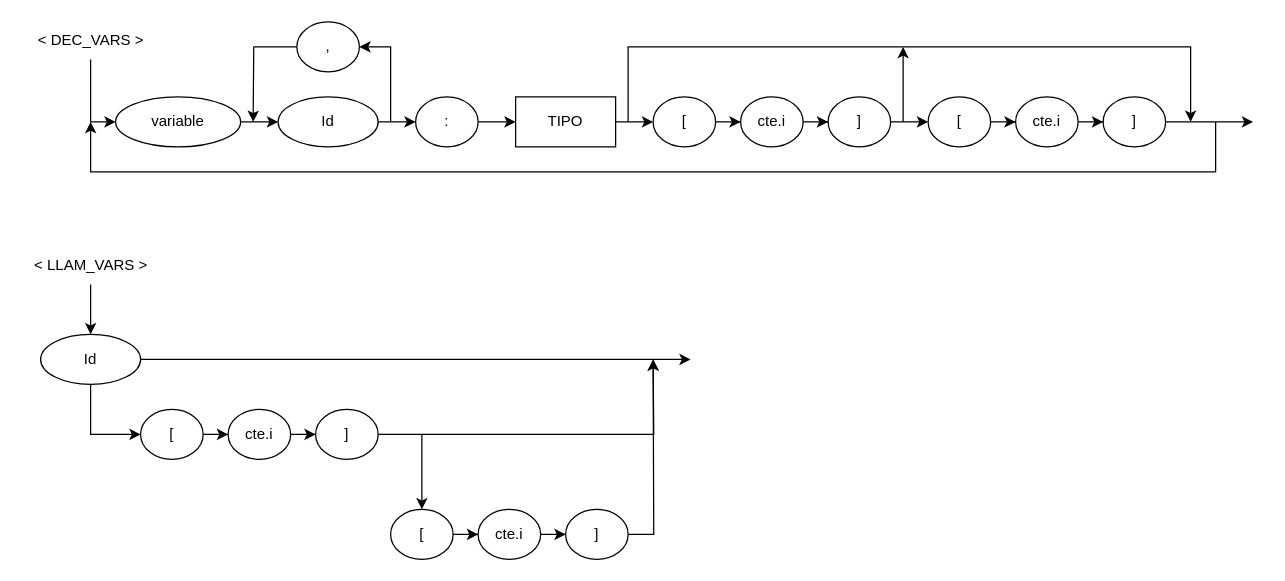
Earlier version of the draw.io diagram page "VARS" (3 of 14) of Docs/0. Diagramas.drawio (alexvasqxz/JuniorScript). Source tidied: cells renumbered, new cells numbered last; positions are measured from the earlier drawing's top-left corner, leaving out a move shared by most shapes. Both pictures are drawn from the tidied source at 125%, with x=0, y=0 at pixel (21, 21).
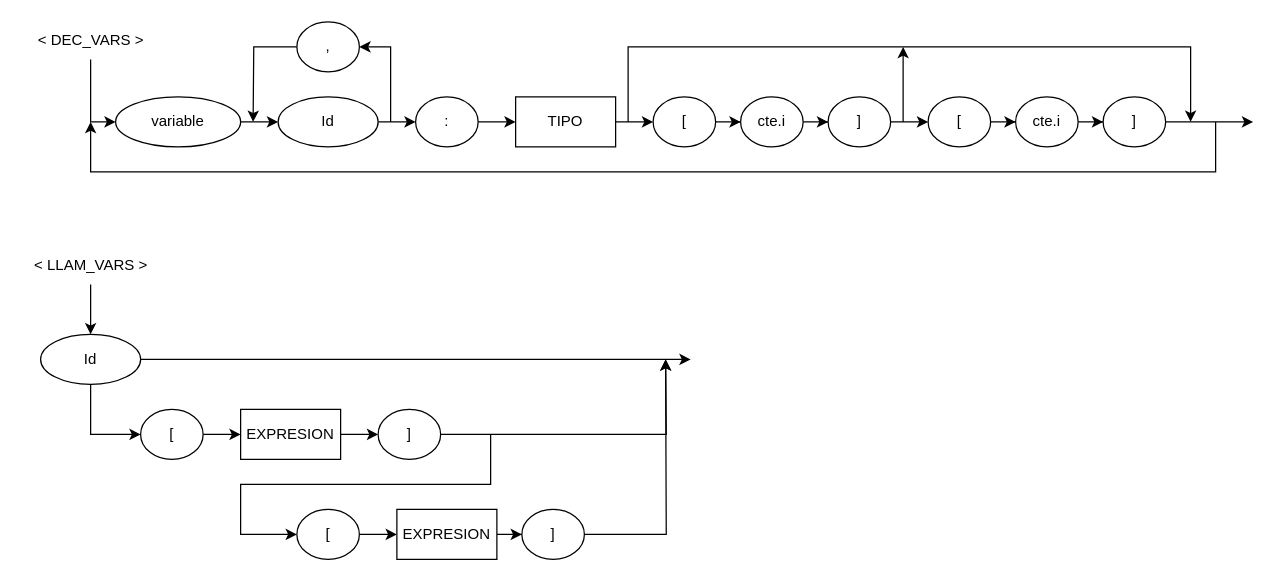
After the change.

Unchanged cells that the change refers to:
```xml
<mxCell id="36" value="[" style="ellipse;whiteSpace=wrap;html=1;" parent="1" vertex="1">
  <mxGeometry x="95" y="310" width="50" height="40" as="geometry" />
</mxCell>
```

The edit, as a diff of the source:
```diff
@@
-    <mxCell id="35" style="edgeStyle=orthogonalEdgeStyle;rounded=0;jettySize=auto;html=1;" parent="1" edge="1" source="36" target="38">
-      <mxGeometry relative="1" as="geometry" />
-    </mxCell>
+    <mxCell id="48" style="edgeStyle=orthogonalEdgeStyle;rounded=0;jettySize=auto;html=1;entryX=0;entryY=0.5;entryDx=0;entryDy=0;" parent="1" edge="1" source="36" target="53">
+      <mxGeometry relative="1" as="geometry" />
+    </mxCell>
@@
-    <mxCell id="37" style="edgeStyle=orthogonalEdgeStyle;rounded=0;jettySize=auto;html=1;entryX=0;entryY=0.5;entryDx=0;entryDy=0;" parent="1" edge="1" source="38" target="40">
-      <mxGeometry relative="1" as="geometry" />
-    </mxCell>
-    <mxCell id="38" value="cte.i" style="ellipse;whiteSpace=wrap;html=1;" parent="1" vertex="1">
-      <mxGeometry x="165" y="310" width="50" height="40" as="geometry" />
-    </mxCell>
-    <mxCell id="39" style="edgeStyle=orthogonalEdgeStyle;rounded=0;jettySize=auto;html=1;" parent="1" edge="1" source="40">
-      <mxGeometry relative="1" as="geometry">
-        <mxPoint x="505" y="270" as="targetPoint" />
-      </mxGeometry>
-    </mxCell>
+    <mxCell id="49" style="edgeStyle=orthogonalEdgeStyle;rounded=0;jettySize=auto;html=1;" parent="1" edge="1" source="40">
+      <mxGeometry relative="1" as="geometry">
+        <mxPoint x="515" y="270" as="targetPoint" />
+      </mxGeometry>
+    </mxCell>
     <mxCell id="40" value="]" style="ellipse;whiteSpace=wrap;html=1;" parent="1" vertex="1">
-      <mxGeometry x="235" y="310" width="50" height="40" as="geometry" />
+      <mxGeometry x="285" y="310" width="50" height="40" as="geometry" />
     </mxCell>
-    <mxCell id="41" style="edgeStyle=orthogonalEdgeStyle;rounded=0;jettySize=auto;html=1;" parent="1" edge="1" source="42" target="44">
-      <mxGeometry relative="1" as="geometry" />
-    </mxCell>
+    <mxCell id="50" style="edgeStyle=orthogonalEdgeStyle;rounded=0;jettySize=auto;html=1;entryX=0;entryY=0.5;entryDx=0;entryDy=0;" parent="1" edge="1" source="42" target="55">
+      <mxGeometry relative="1" as="geometry" />
+    </mxCell>
     <mxCell id="42" value="[" style="ellipse;whiteSpace=wrap;html=1;" parent="1" vertex="1">
-      <mxGeometry x="295" y="390" width="50" height="40" as="geometry" />
+      <mxGeometry x="220" y="390" width="50" height="40" as="geometry" />
     </mxCell>
-    <mxCell id="43" style="edgeStyle=orthogonalEdgeStyle;rounded=0;jettySize=auto;html=1;entryX=0;entryY=0.5;entryDx=0;entryDy=0;" parent="1" edge="1" source="44" target="46">
-      <mxGeometry relative="1" as="geometry" />
-    </mxCell>
-    <mxCell id="44" value="cte.i" style="ellipse;whiteSpace=wrap;html=1;" parent="1" vertex="1">
-      <mxGeometry x="365" y="390" width="50" height="40" as="geometry" />
-    </mxCell>
-    <mxCell id="45" style="edgeStyle=orthogonalEdgeStyle;rounded=0;jettySize=auto;html=1;" parent="1" edge="1" source="46">
-      <mxGeometry relative="1" as="geometry">
-        <mxPoint x="505" y="270" as="targetPoint" />
-      </mxGeometry>
-    </mxCell>
+    <mxCell id="51" style="edgeStyle=orthogonalEdgeStyle;rounded=0;jettySize=auto;html=1;" parent="1" edge="1" source="46">
+      <mxGeometry relative="1" as="geometry">
+        <mxPoint x="515" y="270" as="targetPoint" />
+      </mxGeometry>
+    </mxCell>
     <mxCell id="46" value="]" style="ellipse;whiteSpace=wrap;html=1;" parent="1" vertex="1">
-      <mxGeometry x="435" y="390" width="50" height="40" as="geometry" />
+      <mxGeometry x="400" y="390" width="50" height="40" as="geometry" />
     </mxCell>
-    <mxCell id="47" style="endArrow=classic;html=1;rounded=0;entryX=0.5;entryY=0;entryDx=0;entryDy=0;" parent="1" edge="1" target="42">
-      <mxGeometry relative="1" as="geometry">
-        <mxPoint x="320" y="330" as="sourcePoint" />
-      </mxGeometry>
-    </mxCell>
+    <mxCell id="52" style="edgeStyle=orthogonalEdgeStyle;rounded=0;jettySize=auto;html=1;entryX=0;entryY=0.5;entryDx=0;entryDy=0;" parent="1" edge="1" source="53" target="40">
+      <mxGeometry relative="1" as="geometry" />
+    </mxCell>
+    <mxCell id="53" value="EXPRESION" style="rounded=0;whiteSpace=wrap;html=1;" parent="1" vertex="1">
+      <mxGeometry x="175" y="310" width="80" height="40" as="geometry" />
+    </mxCell>
+    <mxCell id="54" style="edgeStyle=orthogonalEdgeStyle;rounded=0;jettySize=auto;html=1;" parent="1" edge="1" source="55" target="46">
+      <mxGeometry relative="1" as="geometry" />
+    </mxCell>
+    <mxCell id="55" value="EXPRESION" style="rounded=0;whiteSpace=wrap;html=1;" parent="1" vertex="1">
+      <mxGeometry x="300" y="390" width="80" height="40" as="geometry" />
+    </mxCell>
+    <mxCell id="56" style="endArrow=classic;html=1;rounded=0;entryX=0;entryY=0.5;entryDx=0;entryDy=0;" parent="1" edge="1" target="42">
+      <mxGeometry relative="1" as="geometry">
+        <mxPoint x="375" y="330" as="sourcePoint" />
+        <Array as="points">
+          <mxPoint x="375" y="370" />
+          <mxPoint x="175" y="370" />
+          <mxPoint x="175" y="410" />
+        </Array>
+      </mxGeometry>
+    </mxCell>
```
